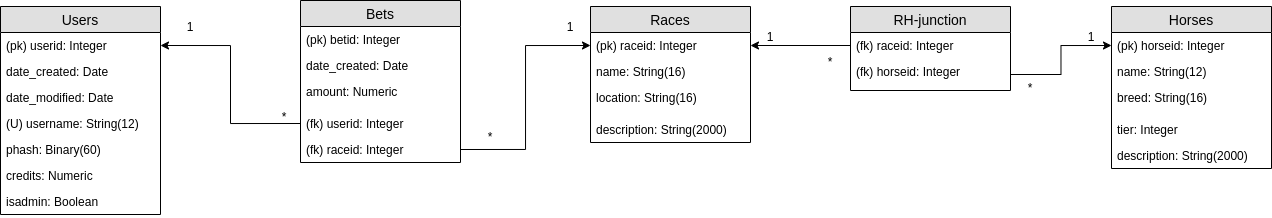
Tykky/toto-betting keeps this draw.io diagram as documentation/Totogram.png. Above is the earlier version. Source tidied: cells renumbered, new cells last; positions are measured from the earlier drawing's top-left corner, leaving out a move shared by most shapes.
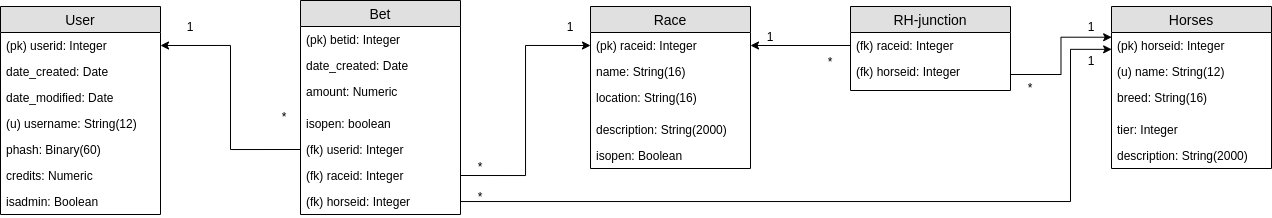
Above is the later version.

Commit message:
Add horses and edit db diagram

Change to the diagram source:
```diff
@@ -2,7 +2,7 @@
   <root>
     <mxCell id="0" />
     <mxCell id="1" parent="0" />
-    <mxCell id="2" value="Users" style="swimlane;fontStyle=0;horizontal=1;startSize=26;fillColor=#e0e0e0;swimlaneFillColor=#ffffff;align=center;fontSize=14;" parent="1" vertex="1">
+    <mxCell id="2" value="User" style="swimlane;fontStyle=0;horizontal=1;startSize=26;fillColor=#e0e0e0;swimlaneFillColor=#ffffff;align=center;fontSize=14;" parent="1" vertex="1">
       <mxGeometry y="6" width="160" height="208" as="geometry" />
     </mxCell>
     <mxCell id="3" value="(pk) userid: Integer" style="text;strokeColor=none;fillColor=none;spacingLeft=4;spacingRight=4;overflow=hidden;points=[[0,0.5],[1,0.5]];portConstraint=eastwest;fontSize=12;" parent="2" vertex="1">
@@ -14,7 +14,7 @@
     <mxCell id="5" value="date_modified: Date" style="text;strokeColor=none;fillColor=none;spacingLeft=4;spacingRight=4;overflow=hidden;fontSize=12;" parent="2" vertex="1">
       <mxGeometry y="78" width="160" height="26" as="geometry" />
     </mxCell>
-    <mxCell id="6" value="(U) username: String(12)" style="text;strokeColor=none;fillColor=none;spacingLeft=4;spacingRight=4;overflow=hidden;fontSize=12;" parent="2" vertex="1">
+    <mxCell id="6" value="(u) username: String(12)" style="text;strokeColor=none;fillColor=none;spacingLeft=4;spacingRight=4;overflow=hidden;fontSize=12;" parent="2" vertex="1">
       <mxGeometry y="104" width="160" height="26" as="geometry" />
     </mxCell>
     <mxCell id="7" value="phash: Binary(60)" style="text;strokeColor=none;fillColor=none;spacingLeft=4;spacingRight=4;overflow=hidden;fontSize=12;" parent="2" vertex="1">
@@ -26,8 +26,8 @@
     <mxCell id="9" value="isadmin: Boolean" style="text;strokeColor=none;fillColor=none;spacingLeft=4;spacingRight=4;overflow=hidden;fontSize=12;" parent="2" vertex="1">
       <mxGeometry y="182" width="160" height="26" as="geometry" />
     </mxCell>
-    <mxCell id="10" value="Bets" style="swimlane;fontStyle=0;horizontal=1;startSize=26;fillColor=#e0e0e0;swimlaneFillColor=#ffffff;align=center;fontSize=14;" parent="1" vertex="1">
-      <mxGeometry x="300" width="160" height="162" as="geometry" />
+    <mxCell id="10" value="Bet" style="swimlane;fontStyle=0;horizontal=1;startSize=26;fillColor=#e0e0e0;swimlaneFillColor=#ffffff;align=center;fontSize=14;" parent="1" vertex="1">
+      <mxGeometry x="300" width="160" height="214" as="geometry" />
     </mxCell>
     <mxCell id="11" value="(pk) betid: Integer" style="text;strokeColor=none;fillColor=none;spacingLeft=4;spacingRight=4;overflow=hidden;fontSize=12;" parent="10" vertex="1">
       <mxGeometry y="26" width="160" height="26" as="geometry" />
@@ -38,12 +38,18 @@
     <mxCell id="13" value="amount: Numeric" style="text;strokeColor=none;fillColor=none;spacingLeft=4;spacingRight=4;overflow=hidden;fontSize=12;" parent="10" vertex="1">
       <mxGeometry y="78" width="160" height="32" as="geometry" />
     </mxCell>
+    <mxCell id="42" value="isopen: boolean" style="text;strokeColor=none;fillColor=none;spacingLeft=4;spacingRight=4;overflow=hidden;fontSize=12;" parent="10" vertex="1">
+      <mxGeometry y="110" width="160" height="26" as="geometry" />
+    </mxCell>
     <mxCell id="14" value="(fk) userid: Integer" style="text;strokeColor=none;fillColor=none;spacingLeft=4;spacingRight=4;overflow=hidden;points=[[0,0.5],[1,0.5]];portConstraint=eastwest;fontSize=12;" parent="10" vertex="1">
-      <mxGeometry y="110" width="160" height="26" as="geometry" />
+      <mxGeometry y="136" width="160" height="26" as="geometry" />
     </mxCell>
     <mxCell id="15" value="(fk) raceid: Integer" style="text;strokeColor=none;fillColor=none;spacingLeft=4;spacingRight=4;overflow=hidden;points=[[0,0.5],[1,0.5]];portConstraint=eastwest;fontSize=12;" parent="10" vertex="1">
-      <mxGeometry y="136" width="160" height="26" as="geometry" />
+      <mxGeometry y="162" width="160" height="26" as="geometry" />
     </mxCell>
+    <mxCell id="43" value="(fk) horseid: Integer" style="text;strokeColor=none;fillColor=none;spacingLeft=4;spacingRight=4;overflow=hidden;points=[[0,0.5],[1,0.5]];portConstraint=eastwest;fontSize=12;" parent="10" vertex="1">
+      <mxGeometry y="188" width="160" height="26" as="geometry" />
+    </mxCell>
     <mxCell id="16" style="edgeStyle=orthogonalEdgeStyle;rounded=0;jettySize=auto;html=1;exitX=0;exitY=0.5;exitDx=0;exitDy=0;entryX=1;entryY=0.5;entryDx=0;entryDy=0;" parent="1" edge="1" source="14" target="3">
       <mxGeometry relative="1" as="geometry" />
     </mxCell>
@@ -60,10 +66,10 @@
       <mxGeometry x="550" y="16" width="40" height="20" as="geometry" />
     </mxCell>
     <mxCell id="21" value="*" style="text;html=1;strokeColor=none;fillColor=none;align=center;verticalAlign=middle;whiteSpace=wrap;rounded=0;" parent="1" vertex="1">
-      <mxGeometry x="470" y="126" width="40" height="20" as="geometry" />
+      <mxGeometry x="460" y="186" width="40" height="20" as="geometry" />
     </mxCell>
-    <mxCell id="22" value="Races" style="swimlane;fontStyle=0;horizontal=1;startSize=26;fillColor=#e0e0e0;swimlaneFillColor=#ffffff;align=center;fontSize=14;" parent="1" vertex="1">
-      <mxGeometry x="590" y="6" width="160" height="136" as="geometry" />
+    <mxCell id="22" value="Race" style="swimlane;fontStyle=0;horizontal=1;startSize=26;fillColor=#e0e0e0;swimlaneFillColor=#ffffff;align=center;fontSize=14;" parent="1" vertex="1">
+      <mxGeometry x="590" y="6" width="160" height="162" as="geometry" />
     </mxCell>
     <mxCell id="23" value="(pk) raceid: Integer" style="text;strokeColor=none;fillColor=none;spacingLeft=4;spacingRight=4;overflow=hidden;points=[[0,0.5],[1,0.5]];portConstraint=eastwest;fontSize=12;" parent="22" vertex="1">
       <mxGeometry y="26" width="160" height="26" as="geometry" />
@@ -77,13 +83,16 @@
     <mxCell id="26" value="description: String(2000)" style="text;strokeColor=none;fillColor=none;spacingLeft=4;spacingRight=4;overflow=hidden;fontSize=12;" parent="22" vertex="1">
       <mxGeometry y="110" width="160" height="26" as="geometry" />
     </mxCell>
+    <mxCell id="44" value="isopen: Boolean" style="text;strokeColor=none;fillColor=none;spacingLeft=4;spacingRight=4;overflow=hidden;fontSize=12;" parent="22" vertex="1">
+      <mxGeometry y="136" width="160" height="26" as="geometry" />
+    </mxCell>
     <mxCell id="27" value="Horses" style="swimlane;fontStyle=0;horizontal=1;startSize=26;fillColor=#e0e0e0;swimlaneFillColor=#ffffff;align=center;fontSize=14;" parent="1" vertex="1">
       <mxGeometry x="1111" y="6" width="160" height="162" as="geometry" />
     </mxCell>
     <mxCell id="28" value="(pk) horseid: Integer" style="text;strokeColor=none;fillColor=none;spacingLeft=4;spacingRight=4;overflow=hidden;points=[[0,0.5],[1,0.5]];portConstraint=eastwest;fontSize=12;" parent="27" vertex="1">
       <mxGeometry y="26" width="160" height="26" as="geometry" />
     </mxCell>
-    <mxCell id="29" value="name: String(12)" style="text;strokeColor=none;fillColor=none;spacingLeft=4;spacingRight=4;overflow=hidden;fontSize=12;" parent="27" vertex="1">
+    <mxCell id="29" value="(u) name: String(12)" style="text;strokeColor=none;fillColor=none;spacingLeft=4;spacingRight=4;overflow=hidden;fontSize=12;" parent="27" vertex="1">
       <mxGeometry y="52" width="160" height="26" as="geometry" />
     </mxCell>
     <mxCell id="30" value="breed: String(16)" style="text;strokeColor=none;fillColor=none;spacingLeft=4;spacingRight=4;overflow=hidden;fontSize=12;" parent="27" vertex="1">
@@ -104,7 +113,7 @@
     <mxCell id="35" value="(fk) horseid: Integer" style="text;strokeColor=none;fillColor=none;spacingLeft=4;spacingRight=4;overflow=hidden;points=[[0,0.5],[1,0.5]];portConstraint=eastwest;fontSize=12;" parent="33" vertex="1">
       <mxGeometry y="52" width="160" height="32" as="geometry" />
     </mxCell>
-    <mxCell id="36" style="edgeStyle=orthogonalEdgeStyle;rounded=0;jettySize=auto;html=1;exitX=1;exitY=0.5;exitDx=0;exitDy=0;entryX=0;entryY=0.5;entryDx=0;entryDy=0;" parent="1" edge="1" source="35" target="28">
+    <mxCell id="36" style="edgeStyle=orthogonalEdgeStyle;rounded=0;jettySize=auto;html=1;exitX=1;exitY=0.5;exitDx=0;exitDy=0;entryX=0.001;entryY=0.182;entryDx=0;entryDy=0;entryPerimeter=0;" parent="1" edge="1" source="35" target="28">
       <mxGeometry relative="1" as="geometry" />
     </mxCell>
     <mxCell id="37" style="edgeStyle=orthogonalEdgeStyle;rounded=0;jettySize=auto;html=1;exitX=0;exitY=0.5;exitDx=0;exitDy=0;entryX=1;entryY=0.5;entryDx=0;entryDy=0;" parent="1" edge="1" source="34" target="23">
@@ -120,7 +129,21 @@
       <mxGeometry x="1010" y="77" width="40" height="20" as="geometry" />
     </mxCell>
     <mxCell id="41" value="1" style="text;html=1;strokeColor=none;fillColor=none;align=center;verticalAlign=middle;whiteSpace=wrap;rounded=0;" parent="1" vertex="1">
-      <mxGeometry x="1071" y="26" width="40" height="20" as="geometry" />
+      <mxGeometry x="1071" y="16" width="40" height="20" as="geometry" />
     </mxCell>
+    <mxCell id="45" style="edgeStyle=orthogonalEdgeStyle;rounded=0;jettySize=auto;html=1;entryX=0.001;entryY=0.648;entryDx=0;entryDy=0;entryPerimeter=0;" parent="1" edge="1" source="43" target="28">
+      <mxGeometry relative="1" as="geometry">
+        <Array as="points">
+          <mxPoint x="1070" y="201" />
+          <mxPoint x="1070" y="49" />
+        </Array>
+      </mxGeometry>
+    </mxCell>
+    <mxCell id="46" value="1" style="text;html=1;strokeColor=none;fillColor=none;align=center;verticalAlign=middle;whiteSpace=wrap;rounded=0;" parent="1" vertex="1">
+      <mxGeometry x="1081" y="51" width="20" height="18" as="geometry" />
+    </mxCell>
+    <mxCell id="47" value="*" style="text;html=1;strokeColor=none;fillColor=none;align=center;verticalAlign=middle;whiteSpace=wrap;rounded=0;" parent="1" vertex="1">
+      <mxGeometry x="460" y="156" width="40" height="20" as="geometry" />
+    </mxCell>
   </root>
 </mxGraphModel>
```
